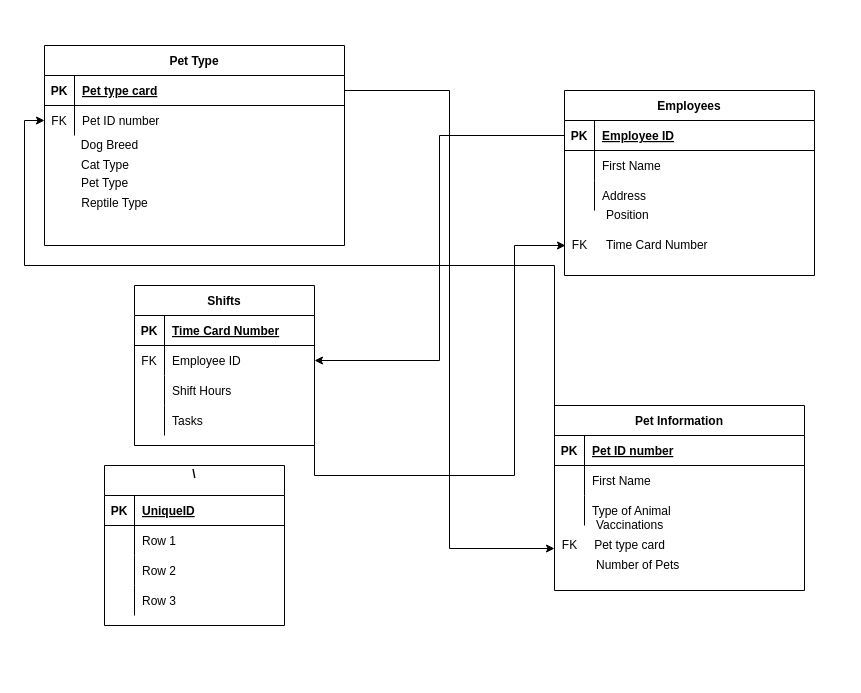
The draw.io diagram images/Pet Shop ER Diagram.drawio in lqr5252/Lab-1, before the edit. Source tidied: cells renumbered, new cells numbered last; positions are measured from the earlier drawing's top-left corner, leaving out a move shared by most shapes. Both pictures are drawn from the tidied source at 100%, with x=0, y=0 at pixel (24, 45).
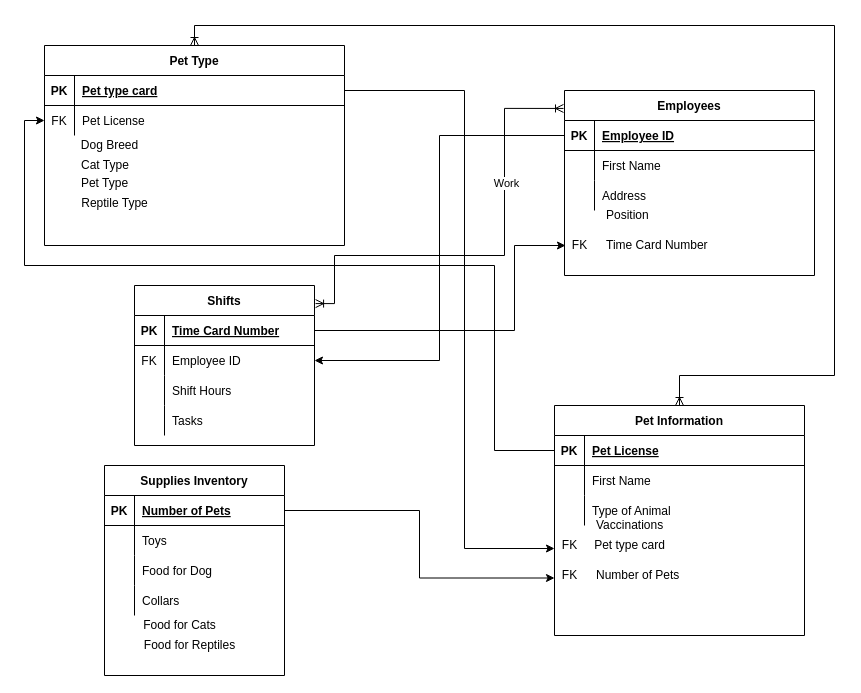
After the change.

Unchanged cells that the change refers to:
```xml
<mxCell id="3" style="shape=partialRectangle;fillColor=none;points=[[0,0.5],[1,0.5]];portConstraint=eastwest;top=0;left=0;right=0;bottom=1;" parent="2" vertex="1">
  <mxGeometry y="30" width="250" height="30" as="geometry" />
</mxCell>
<mxCell id="12" value="Pet Type" style="shape=table;startSize=30;childLayout=tableLayout;rowLines=0;fontStyle=1;align=center;" parent="1" vertex="1">
  <mxGeometry x="20" width="300" height="200" as="geometry" />
</mxCell>
<mxCell id="13" style="shape=partialRectangle;fillColor=none;points=[[0,0.5],[1,0.5]];portConstraint=eastwest;top=0;left=0;right=0;bottom=1;" parent="12" vertex="1">
  <mxGeometry y="30" width="300" height="30" as="geometry" />
</mxCell>
<mxCell id="16" style="shape=partialRectangle;fillColor=none;points=[[0,0.5],[1,0.5]];portConstraint=eastwest;top=0;left=0;right=0;bottom=0;" parent="12" vertex="1">
  <mxGeometry y="60" width="300" height="30" as="geometry" />
</mxCell>
<mxCell id="20" value="Employees" style="shape=table;startSize=30;childLayout=tableLayout;rowLines=0;fontStyle=1;align=center;" parent="1" vertex="1">
  <mxGeometry x="540" y="45" width="250" height="185" as="geometry" />
</mxCell>
<mxCell id="34" value="FK" style="text;html=1;align=center;verticalAlign=middle;points=[];" parent="1" vertex="1">
  <mxGeometry x="540" y="190" width="30" height="20" as="geometry" />
</mxCell>
<mxCell id="40" value="FK" style="text;html=1;align=center;verticalAlign=middle;points=[];" parent="1" vertex="1">
  <mxGeometry x="530" y="490" width="30" height="20" as="geometry" />
</mxCell>
<mxCell id="44" value="Shifts" style="shape=table;startSize=30;childLayout=tableLayout;rowLines=0;fontStyle=1;align=center;" parent="1" vertex="1">
  <mxGeometry x="110" y="240" width="180" height="160" as="geometry" />
</mxCell>
<mxCell id="45" style="shape=partialRectangle;fillColor=none;top=0;left=0;bottom=1;right=0;points=[[0,0.5],[1,0.5]];portConstraint=eastwest;" parent="44" vertex="1">
  <mxGeometry y="30" width="180" height="30" as="geometry" />
</mxCell>
<mxCell id="58" style="shape=partialRectangle;fillColor=none;top=0;left=0;bottom=1;right=0;points=[[0,0.5],[1,0.5]];portConstraint=eastwest;" parent="57" vertex="1">
  <mxGeometry y="30" width="180" height="30" as="geometry" />
</mxCell>
<mxCell id="61" style="shape=partialRectangle;fillColor=none;top=0;left=0;bottom=0;right=0;" parent="57" vertex="1">
  <mxGeometry y="60" width="180" height="30" as="geometry" />
</mxCell>
<mxCell id="64" style="shape=partialRectangle;fillColor=none;top=0;left=0;bottom=0;right=0;" parent="57" vertex="1">
  <mxGeometry y="90" width="180" height="30" as="geometry" />
</mxCell>
<mxCell id="67" style="shape=partialRectangle;fillColor=none;top=0;left=0;bottom=0;right=0;" parent="57" vertex="1">
  <mxGeometry y="120" width="180" height="30" as="geometry" />
</mxCell>
```

Diff of the diagram source:
```diff
@@
     <mxCell id="2" value="Pet Information" style="shape=table;startSize=30;childLayout=tableLayout;rowLines=0;fontStyle=1;align=center;" parent="1" vertex="1">
-      <mxGeometry x="530" y="360" width="250" height="185" as="geometry" />
+      <mxGeometry x="530" y="360" width="250" height="230" as="geometry" />
     </mxCell>
@@
-    <mxCell id="5" value="Pet ID number" style="shape=partialRectangle;overflow=hidden;fillColor=none;top=0;left=0;bottom=0;right=0;align=left;spacingLeft=6;fontStyle=5;" parent="3" vertex="1">
+    <mxCell id="5" value="Pet License" style="shape=partialRectangle;overflow=hidden;fillColor=none;top=0;left=0;bottom=0;right=0;align=left;spacingLeft=6;fontStyle=5;" parent="3" vertex="1">
       <mxGeometry x="30" width="220" height="30" as="geometry" />
     </mxCell>
@@
+    <mxCell id="70" style="edgeStyle=orthogonalEdgeStyle;rounded=0;jettySize=auto;html=1;exitX=0.5;exitY=0;exitDx=0;exitDy=0;startArrow=ERoneToMany;startFill=0;endArrow=ERoneToMany;endFill=0;entryX=0.5;entryY=0;entryDx=0;entryDy=0;" parent="1" edge="1" source="12" target="2">
+      <mxGeometry relative="1" as="geometry">
+        <Array as="points">
+          <mxPoint x="170" y="-20" />
+          <mxPoint x="810" y="-20" />
+          <mxPoint x="810" y="330" />
+          <mxPoint x="655" y="330" />
+        </Array>
+      </mxGeometry>
+    </mxCell>
@@
-    <mxCell id="18" value="Pet ID number" style="shape=partialRectangle;overflow=hidden;fillColor=none;top=0;left=0;bottom=0;right=0;align=left;spacingLeft=6;" parent="16" vertex="1">
+    <mxCell id="18" value="Pet License" style="shape=partialRectangle;overflow=hidden;fillColor=none;top=0;left=0;bottom=0;right=0;align=left;spacingLeft=6;" parent="16" vertex="1">
       <mxGeometry x="30" width="270" height="30" as="geometry" />
     </mxCell>
@@
+    <mxCell id="71" style="edgeStyle=orthogonalEdgeStyle;rounded=0;jettySize=auto;html=1;exitX=-0.004;exitY=0.097;exitDx=0;exitDy=0;endArrow=ERoneToMany;endFill=0;startArrow=ERoneToMany;startFill=0;entryX=1.006;entryY=0.113;entryDx=0;entryDy=0;entryPerimeter=0;exitPerimeter=0;" parent="1" edge="1" source="20" target="44">
+      <mxGeometry relative="1" as="geometry">
+        <Array as="points">
+          <mxPoint x="480" y="63" />
+          <mxPoint x="480" y="210" />
+          <mxPoint x="310" y="210" />
+          <mxPoint x="310" y="258" />
+        </Array>
+      </mxGeometry>
+    </mxCell>
+    <mxCell id="72" value="Work" style="edgeLabel;html=1;align=center;verticalAlign=middle;" parent="71" vertex="1">
+      <mxGeometry x="-0.03" y="3" relative="1" as="geometry">
+        <mxPoint x="9.9" y="-75.5" as="offset" />
+      </mxGeometry>
+    </mxCell>
@@
     <mxCell id="31" value="Number of Pets" style="text;html=1;align=left;verticalAlign=middle;" parent="1" vertex="1">
-      <mxGeometry x="570" y="510" width="100" height="20" as="geometry" />
+      <mxGeometry x="570" y="520" width="100" height="20" as="geometry" />
     </mxCell>
@@
     <mxCell id="35" style="edgeStyle=orthogonalEdgeStyle;rounded=0;jettySize=auto;html=1;exitX=1;exitY=0.5;exitDx=0;exitDy=0;entryX=0.033;entryY=0.5;entryDx=0;entryDy=0;entryPerimeter=0;" parent="1" edge="1" source="45" target="34">
       <mxGeometry relative="1" as="geometry">
         <Array as="points">
-          <mxPoint x="490" y="430" />
+          <mxPoint x="490" y="285" />
           <mxPoint x="490" y="200" />
         </Array>
       </mxGeometry>
     </mxCell>
     <mxCell id="36" style="edgeStyle=orthogonalEdgeStyle;rounded=0;jettySize=auto;html=1;exitX=0;exitY=0.5;exitDx=0;exitDy=0;entryX=0;entryY=0.5;entryDx=0;entryDy=0;" parent="1" edge="1" source="3" target="16">
       <mxGeometry relative="1" as="geometry">
         <Array as="points">
-          <mxPoint x="530" y="220" />
+          <mxPoint x="470" y="405" />
+          <mxPoint x="470" y="220" />
           <mxPoint y="220" />
           <mxPoint y="75" />
         </Array>
       </mxGeometry>
     </mxCell>
@@
     <mxCell id="43" style="edgeStyle=orthogonalEdgeStyle;rounded=0;jettySize=auto;html=1;exitX=1;exitY=0.5;exitDx=0;exitDy=0;entryX=0;entryY=0.65;entryDx=0;entryDy=0;entryPerimeter=0;" parent="1" edge="1" source="13" target="40">
-      <mxGeometry relative="1" as="geometry" />
+      <mxGeometry relative="1" as="geometry">
+        <Array as="points">
+          <mxPoint x="440" y="45" />
+          <mxPoint x="440" y="503" />
+        </Array>
+      </mxGeometry>
     </mxCell>
@@
-    <mxCell id="57" value="\&#10;" style="shape=table;startSize=30;childLayout=tableLayout;rowLines=0;fontStyle=1;align=center;" parent="1" vertex="1">
-      <mxGeometry x="80" y="420" width="180" height="160" as="geometry" />
+    <mxCell id="57" value="Supplies Inventory" style="shape=table;startSize=30;childLayout=tableLayout;rowLines=0;fontStyle=1;align=center;" parent="1" vertex="1">
+      <mxGeometry x="80" y="420" width="180" height="210" as="geometry" />
     </mxCell>
@@
-    <mxCell id="60" value="UniqueID" style="shape=partialRectangle;fillColor=none;top=0;left=0;bottom=0;right=0;align=left;spacingLeft=6;fontStyle=5;overflow=hidden;" parent="58" vertex="1">
+    <mxCell id="60" value="Number of Pets" style="shape=partialRectangle;fillColor=none;top=0;left=0;bottom=0;right=0;align=left;spacingLeft=6;fontStyle=5;overflow=hidden;" parent="58" vertex="1">
       <mxGeometry x="30" width="150" height="30" as="geometry" />
     </mxCell>
@@
-    <mxCell id="63" value="Row 1" style="shape=partialRectangle;fillColor=none;top=0;left=0;bottom=0;right=0;align=left;spacingLeft=6;overflow=hidden;" parent="61" vertex="1">
+    <mxCell id="63" value="Toys" style="shape=partialRectangle;fillColor=none;top=0;left=0;bottom=0;right=0;align=left;spacingLeft=6;overflow=hidden;" parent="61" vertex="1">
       <mxGeometry x="30" width="150" height="30" as="geometry" />
     </mxCell>
@@
-    <mxCell id="66" value="Row 2" style="shape=partialRectangle;fillColor=none;top=0;left=0;bottom=0;right=0;align=left;spacingLeft=6;overflow=hidden;" parent="64" vertex="1">
+    <mxCell id="66" value="Food for Dog" style="shape=partialRectangle;fillColor=none;top=0;left=0;bottom=0;right=0;align=left;spacingLeft=6;overflow=hidden;" parent="64" vertex="1">
       <mxGeometry x="30" width="150" height="30" as="geometry" />
     </mxCell>
@@
-    <mxCell id="69" value="Row 3" style="shape=partialRectangle;fillColor=none;top=0;left=0;bottom=0;right=0;align=left;spacingLeft=6;overflow=hidden;" parent="67" vertex="1">
+    <mxCell id="69" value="Collars" style="shape=partialRectangle;fillColor=none;top=0;left=0;bottom=0;right=0;align=left;spacingLeft=6;overflow=hidden;" parent="67" vertex="1">
       <mxGeometry x="30" width="150" height="30" as="geometry" />
     </mxCell>
+    <mxCell id="73" style="edgeStyle=orthogonalEdgeStyle;rounded=0;jettySize=auto;html=1;exitX=1;exitY=0.5;exitDx=0;exitDy=0;entryX=0;entryY=0.75;entryDx=0;entryDy=0;" parent="1" edge="1" source="58" target="2">
+      <mxGeometry relative="1" as="geometry" />
+    </mxCell>
+    <mxCell id="74" value="FK" style="text;html=1;align=center;verticalAlign=middle;" parent="1" vertex="1">
+      <mxGeometry x="530" y="520" width="30" height="20" as="geometry" />
+    </mxCell>
+    <mxCell id="75" value="Food for Cats" style="text;html=1;align=center;verticalAlign=middle;" parent="1" vertex="1">
+      <mxGeometry x="110" y="570" width="90" height="20" as="geometry" />
+    </mxCell>
+    <mxCell id="76" value="Food for Reptiles" style="text;html=1;align=center;verticalAlign=middle;" parent="1" vertex="1">
+      <mxGeometry x="110" y="590" width="110" height="20" as="geometry" />
+    </mxCell>
```
